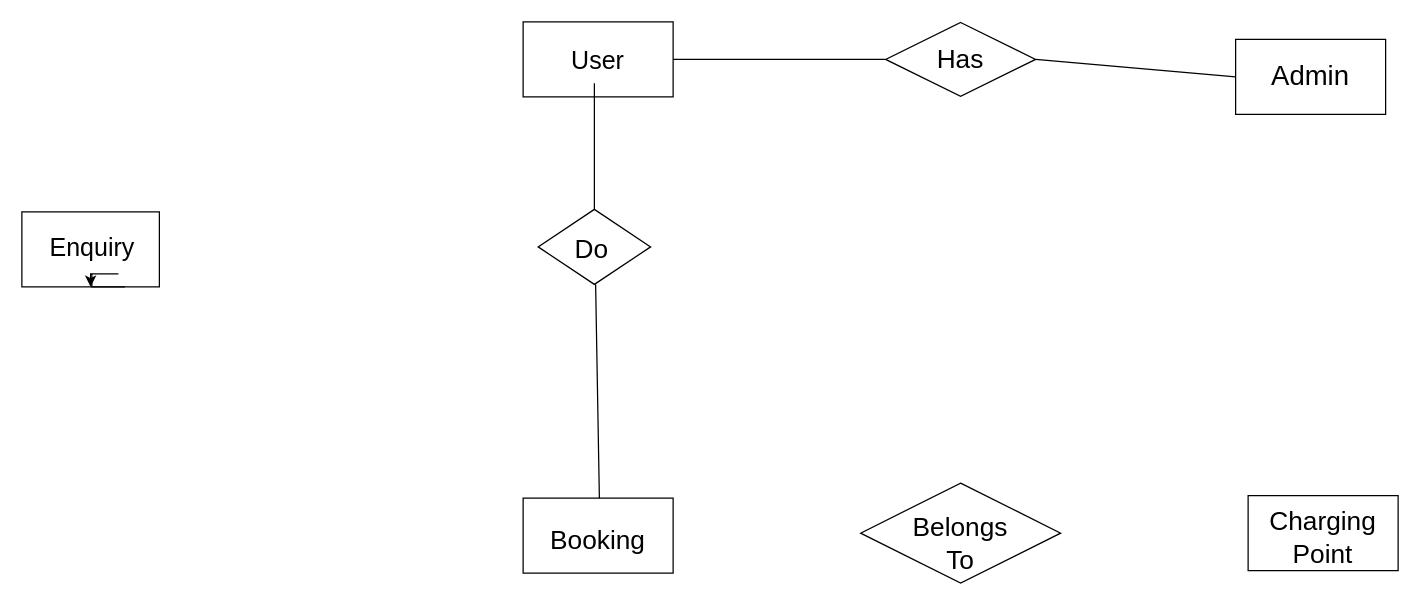
Earlier version of the draw.io diagram review/Untitled Diagram.drawio (MNMTH/Test1). Source tidied: cells renumbered, new cells numbered last; positions are measured from the earlier drawing's top-left corner, leaving out a move shared by most shapes. Both pictures are drawn from the tidied source at 125%, with x=0, y=0 at pixel (21, 21).
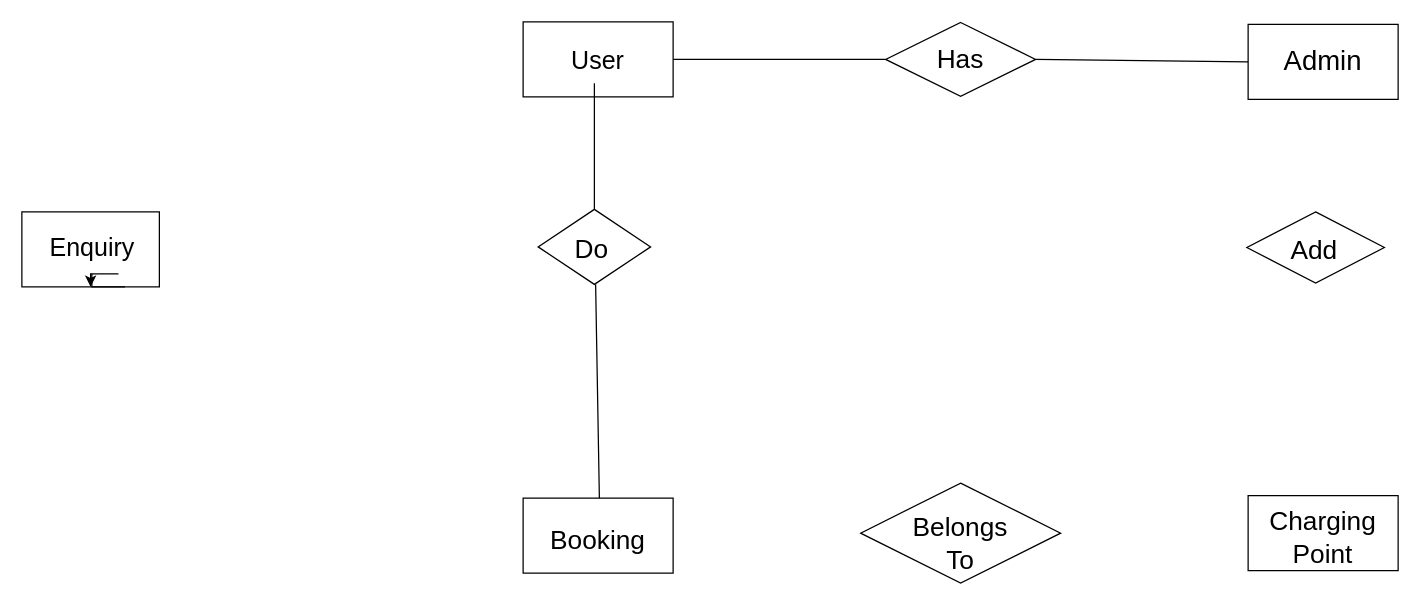
The same diagram, later.

Change to the diagram source:
```diff
@@
     <mxCell id="6" style="rounded=0;whiteSpace=wrap;html=1;fontSize=20;" parent="1" vertex="1">
-      <mxGeometry x="971" y="14" width="120" height="60" as="geometry" />
+      <mxGeometry x="981" y="2" width="120" height="60" as="geometry" />
     </mxCell>
     <mxCell id="7" value="&lt;font style=&quot;font-size: 22px;&quot;&gt;Admin&lt;/font&gt;" style="text;html=1;strokeColor=none;fillColor=none;align=center;verticalAlign=middle;whiteSpace=wrap;rounded=0;fontSize=20;" parent="1" vertex="1">
-      <mxGeometry x="1001" y="29" width="60" height="30" as="geometry" />
+      <mxGeometry x="1011" y="17" width="60" height="30" as="geometry" />
     </mxCell>
@@
+    <mxCell id="24" style="rhombus;whiteSpace=wrap;html=1;fontSize=21;" parent="1" vertex="1">
+      <mxGeometry x="980" y="152" width="110" height="57" as="geometry" />
+    </mxCell>
+    <mxCell id="25" value="Add" style="text;html=1;strokeColor=none;fillColor=none;align=center;verticalAlign=middle;whiteSpace=wrap;rounded=0;fontSize=21;" parent="1" vertex="1">
+      <mxGeometry x="1004" y="167.2" width="60" height="30" as="geometry" />
+    </mxCell>
```
